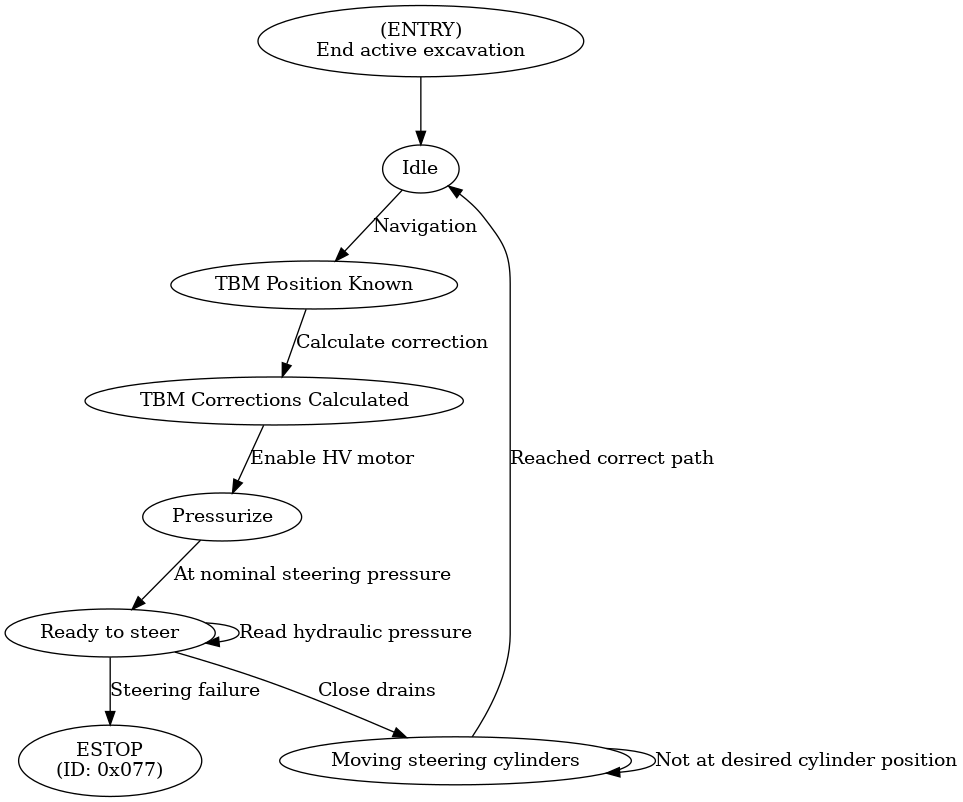
umdloop/state-machines keeps this Graphviz diagram as tbm_2/Steering.png. Above is the earlier version. Its source is kept beside it as tbm_2/Steering.dot.
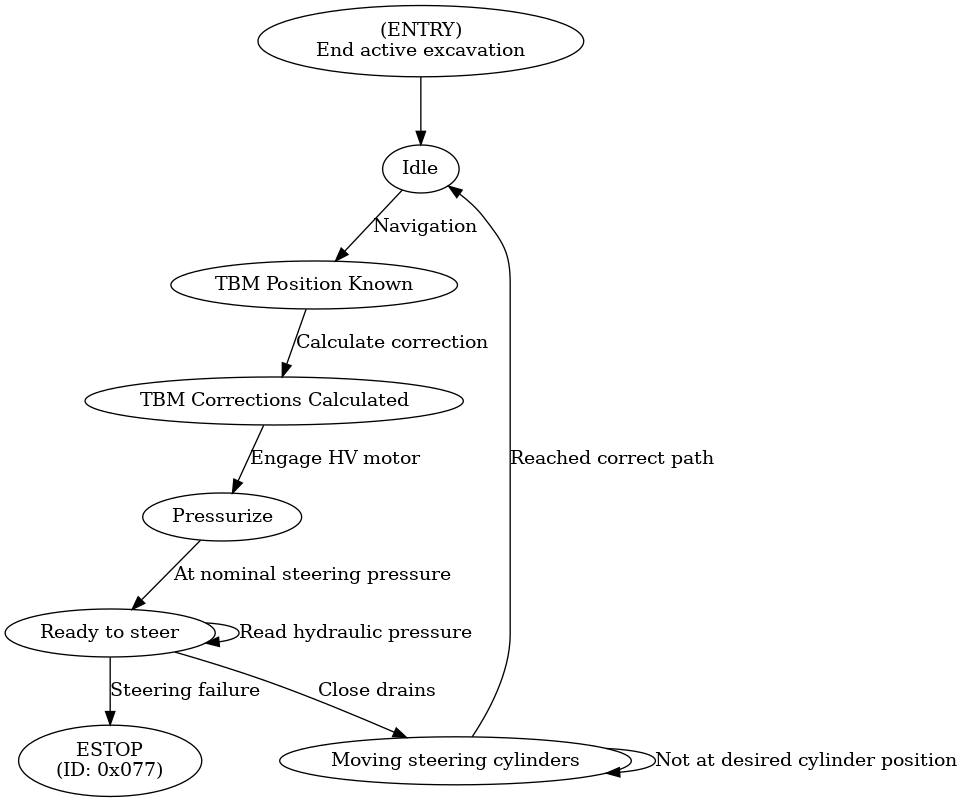
The same file after the commit.

Commit message:
Update steering FSM

Change to the diagram source:
```diff
@@ -11,7 +11,7 @@
     S00 -> S01 [label=" "];
     S01 -> S02 [label="Navigation"];
     S02 -> S03 [label="Calculate correction"];
-    S03 -> S04 [label="Enable HV motor"];
+    S03 -> S04 [label="Engage HV motor"];
     S04 -> S05 [label="At nominal steering pressure"];
     S05 -> S05 [label="Read hydraulic pressure"]
     S05 -> S06 [label="Close drains"];
```
